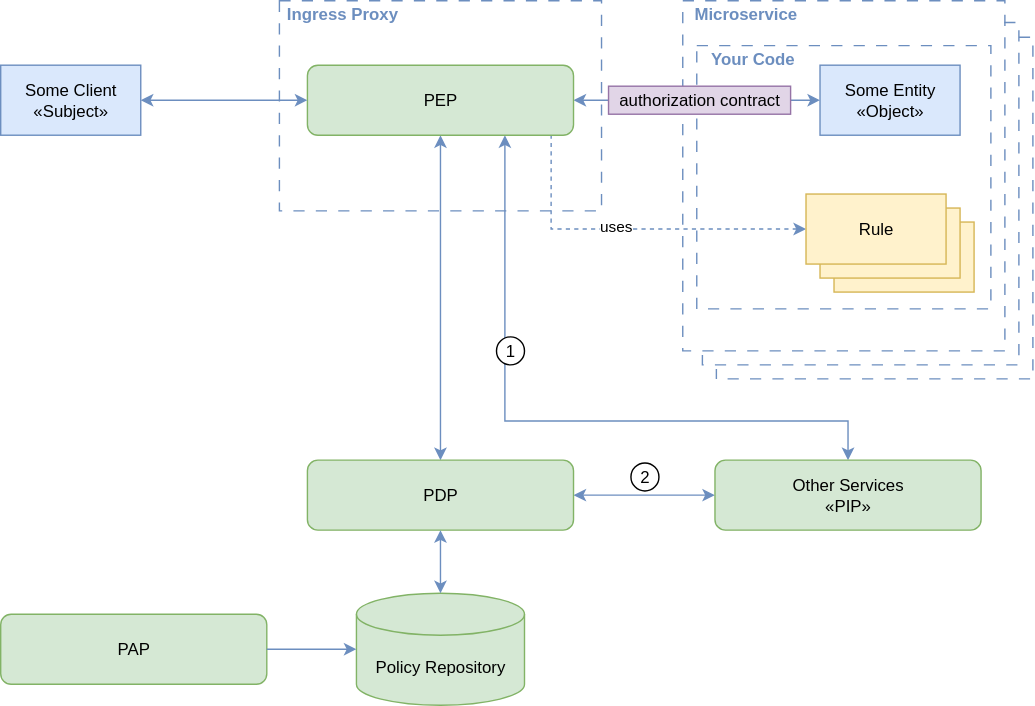
dadrus/CheatSheetSeries keeps this draw.io diagram as assets/Edge_Level_Authorization_Modern.svg. Above is the earlier version. Source tidied: cells renumbered, new cells last; positions are measured from the earlier drawing's top-left corner, leaving out a move shared by most shapes.
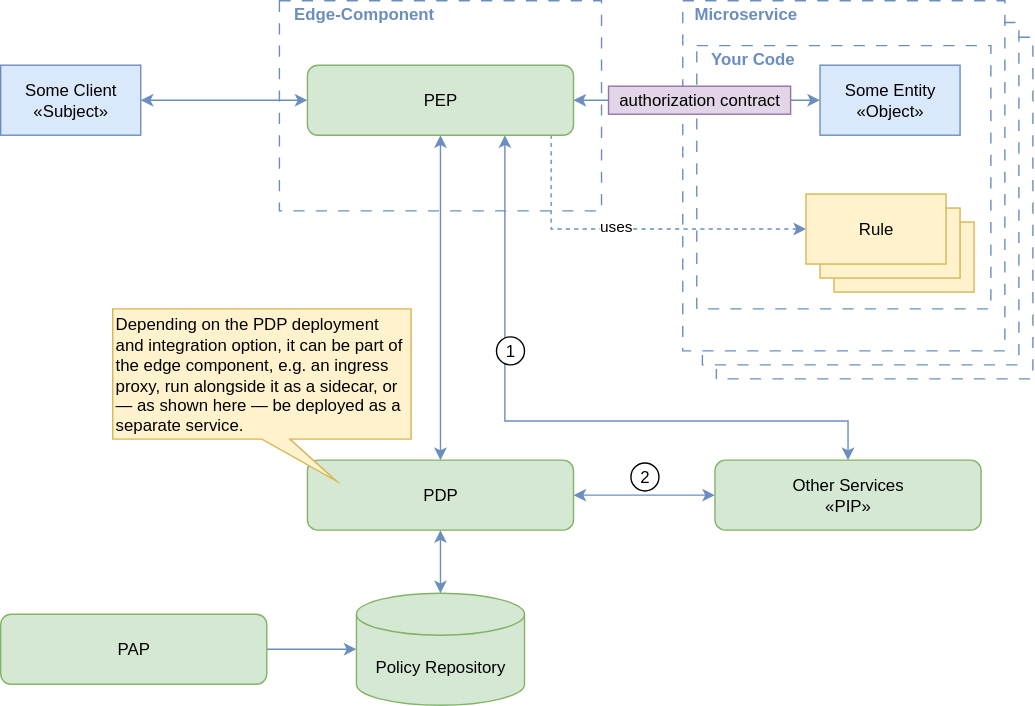
The same file after the commit.

What changed in the source:
```diff
@@ -98,8 +98,8 @@
     <mxCell id="26" style="edgeStyle=orthogonalEdgeStyle;rounded=0;jettySize=auto;html=1;entryX=0.5;entryY=0;entryDx=0;entryDy=0;entryPerimeter=0;startArrow=classic;startFill=1;fillColor=#dae8fc;strokeColor=#6c8ebf;" parent="1" edge="1" source="19" target="21">
       <mxGeometry relative="1" as="geometry" />
     </mxCell>
-    <mxCell id="27" value="Ingress Proxy" style="text;html=1;align=center;verticalAlign=middle;whiteSpace=wrap;rounded=0;fillColor=none;fontColor=#6C8EBF;fontStyle=1;" parent="1" vertex="1">
-      <mxGeometry x="199" width="90" height="19" as="geometry" />
+    <mxCell id="27" value="Edge-Component" style="text;html=1;align=center;verticalAlign=middle;whiteSpace=wrap;rounded=0;fillColor=none;fontColor=#6C8EBF;fontStyle=1;" parent="1" vertex="1">
+      <mxGeometry x="199" width="121" height="19" as="geometry" />
     </mxCell>
     <mxCell id="28" value="Rule" style="rounded=0;whiteSpace=wrap;html=1;fillColor=#fff2cc;strokeColor=#d6b656;" parent="1" vertex="1">
       <mxGeometry x="575" y="138" width="100" height="50" as="geometry" />
@@ -113,5 +113,8 @@
     <mxCell id="31" value="authorization contract" style="rounded=0;whiteSpace=wrap;html=1;fillColor=#e1d5e7;strokeColor=#9673a6;" parent="1" vertex="1">
       <mxGeometry x="434" y="61" width="130" height="20" as="geometry" />
     </mxCell>
+    <mxCell id="32" value="Depending on the PDP deployment and integration option, it can be part of the edge component, e.g. an ingress proxy, run alongside it as a sidecar, or — as shown here — be deployed as a separate service." style="shape=callout;whiteSpace=wrap;html=1;perimeter=calloutPerimeter;position2=0.75;fillColor=#fff2cc;strokeColor=#d6b656;align=left;" parent="1" vertex="1">
+      <mxGeometry x="80" y="220" width="213" height="123" as="geometry" />
+    </mxCell>
   </root>
 </mxGraphModel>
```
